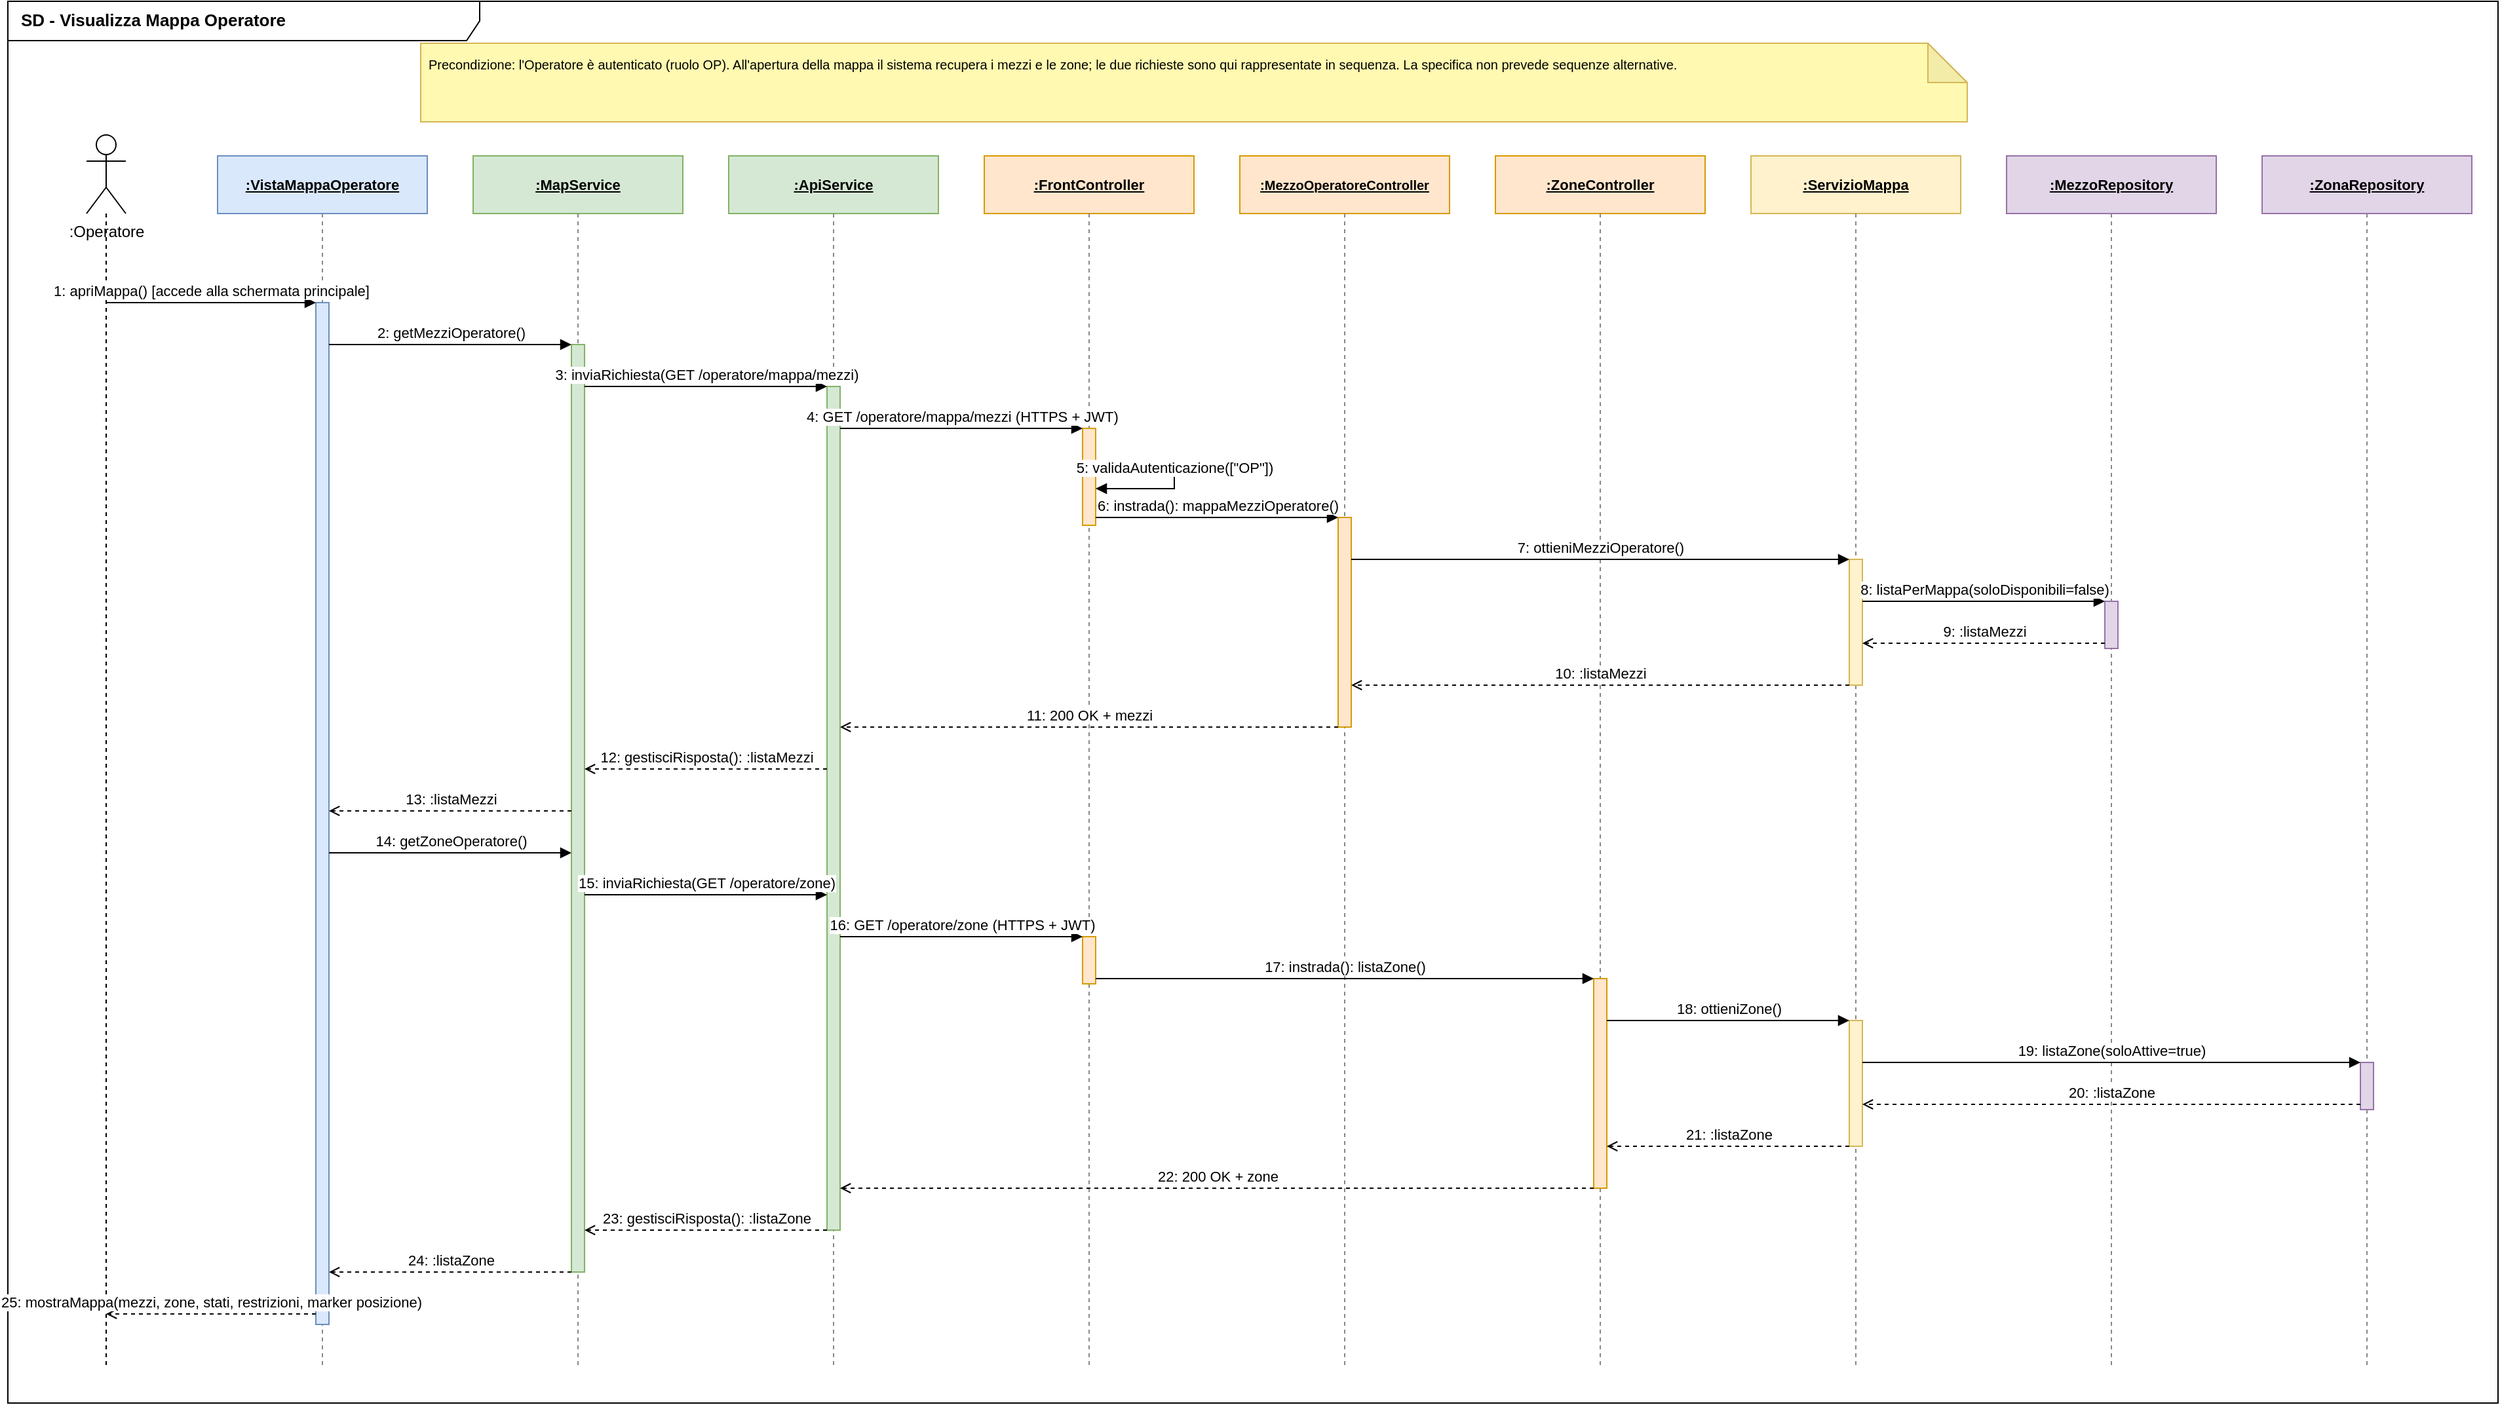
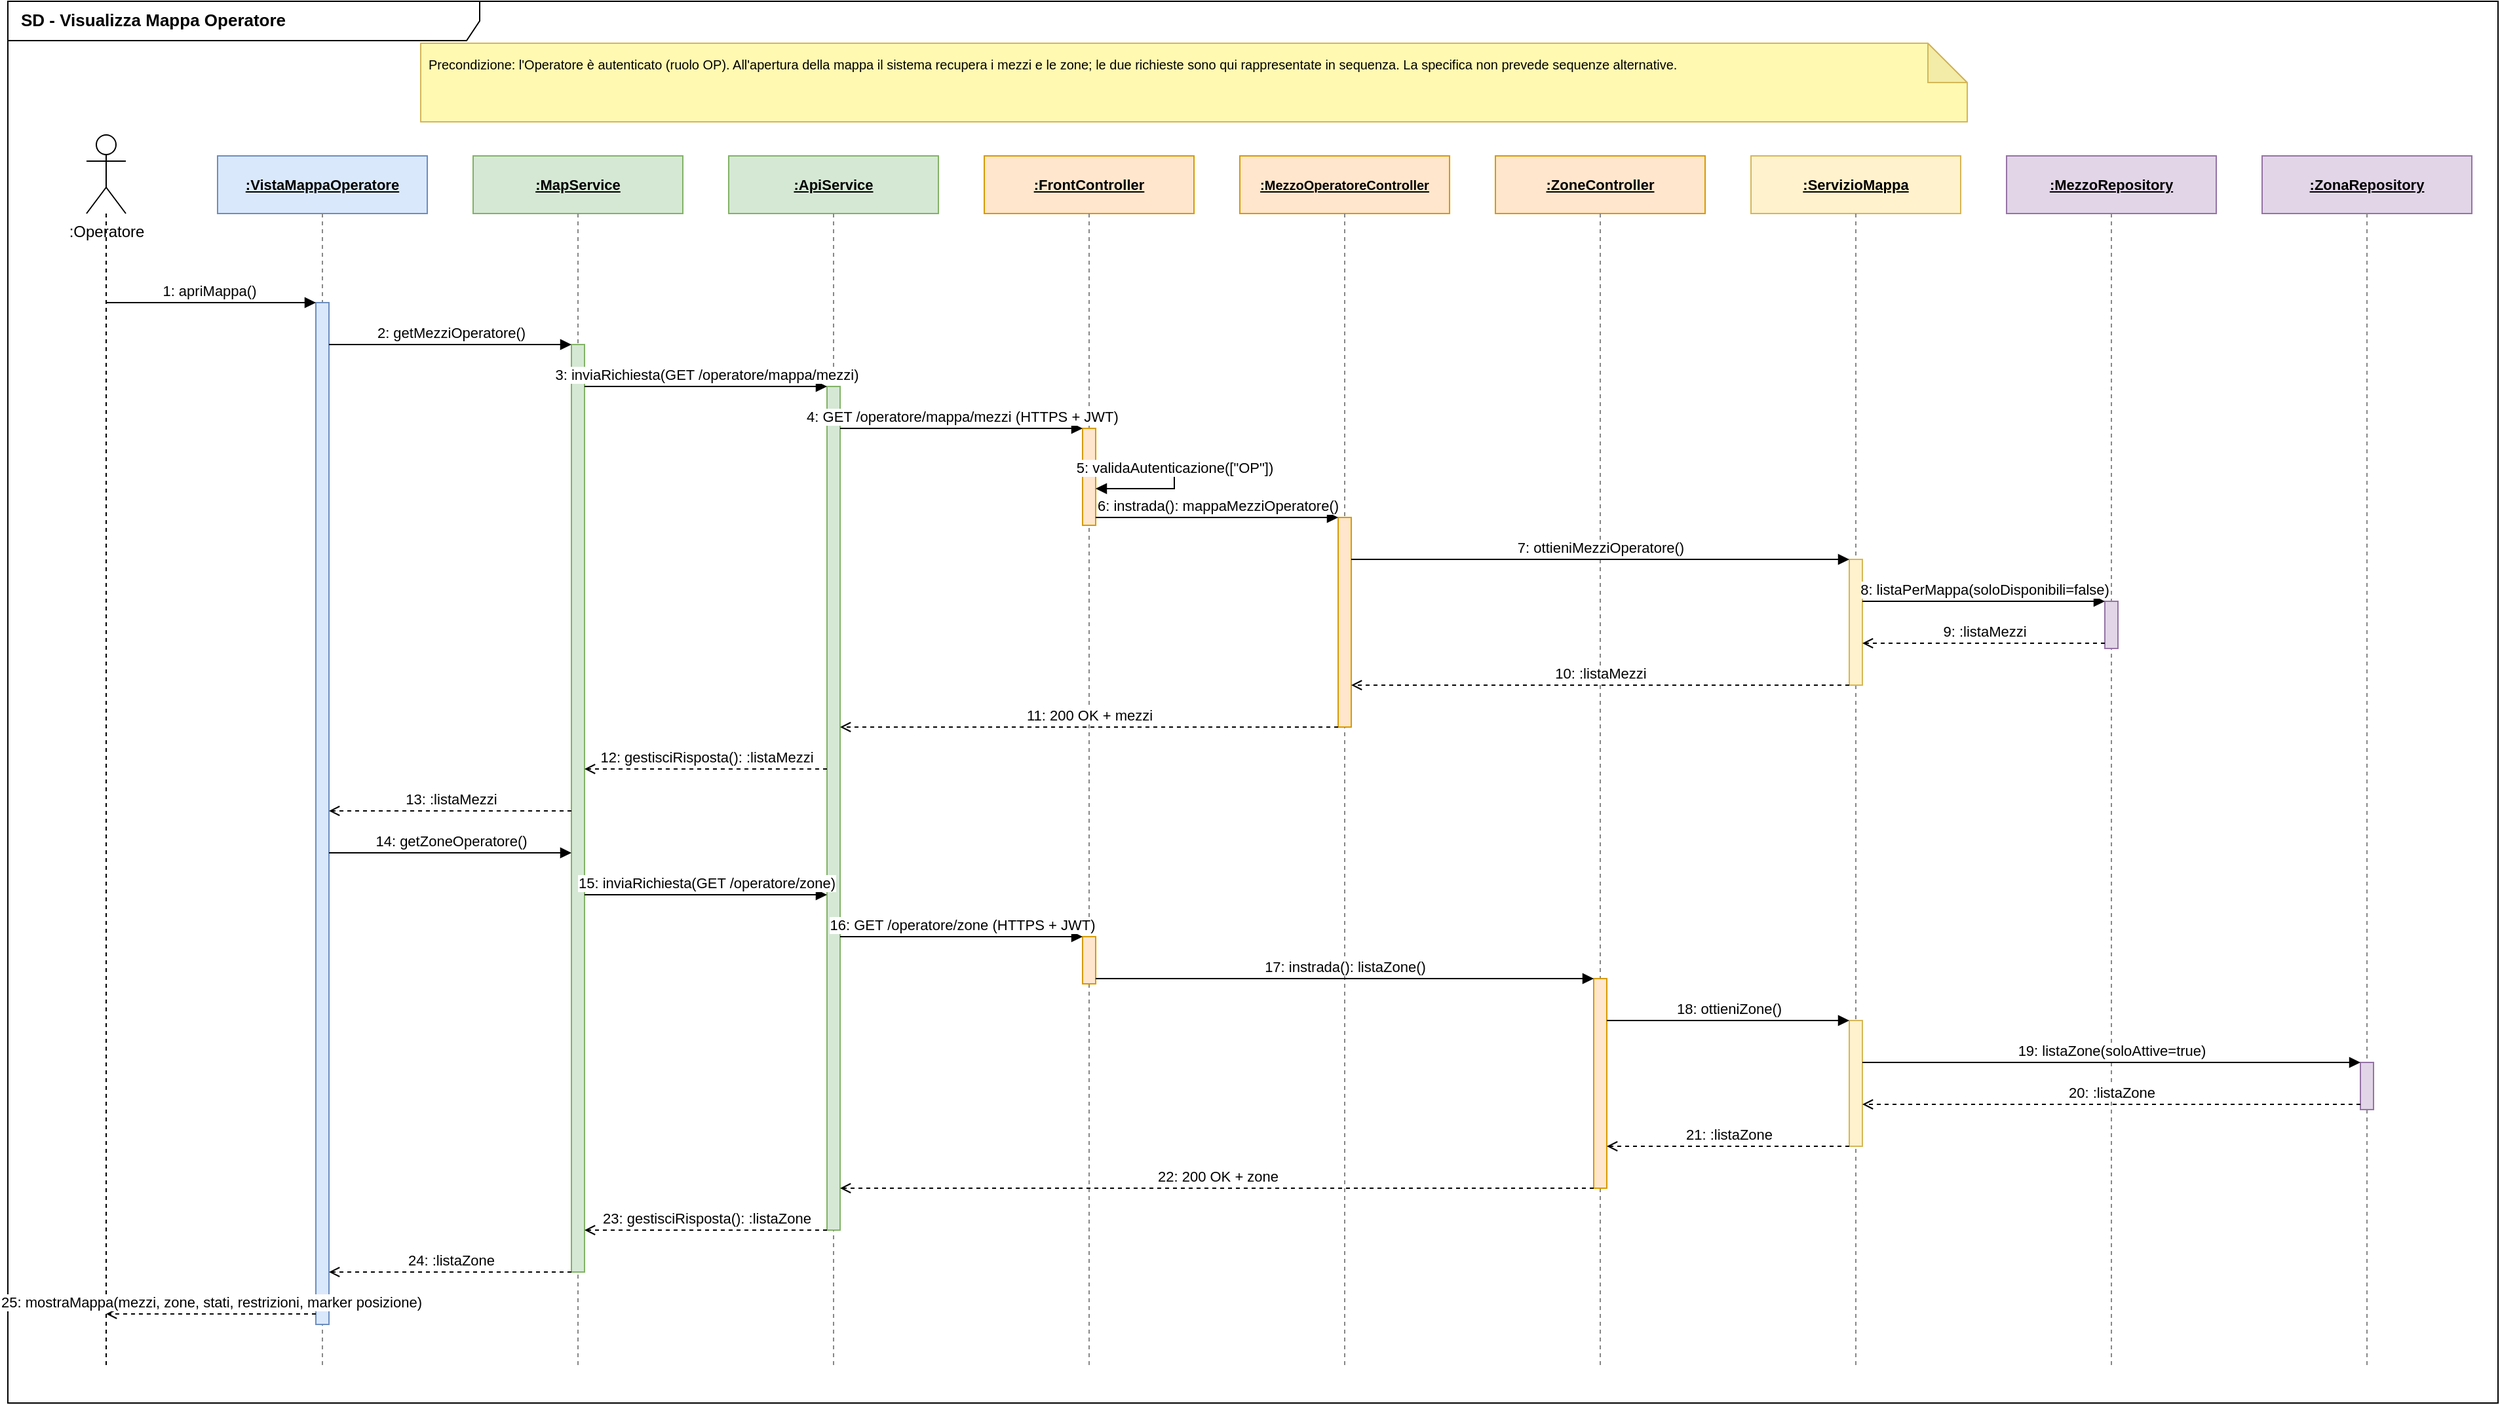
<mxfile host="65bd71144e">
    <diagram name="SD - Visualizza Mappa Operatore" id="visualizza-mappa-operatore-op01">
-         <mxGraphModel dx="1422" dy="800" grid="1" gridSize="10" guides="1" tooltips="1" connect="1" arrows="1" fold="1" page="1" pageScale="1" pageWidth="1654" pageHeight="1169" background="#FFFFFF" math="0" shadow="0">
+         <mxGraphModel dx="514" dy="642" grid="1" gridSize="10" guides="1" tooltips="1" connect="1" arrows="1" fold="1" page="1" pageScale="1" pageWidth="1654" pageHeight="1169" background="#FFFFFF" math="0" shadow="0">
            <root>
                <mxCell id="0"/>
                <mxCell id="1" parent="0"/>
-                 <mxCell id="frame" value="SD - Visualizza Mappa Operatore" style="shape=umlFrame;whiteSpace=wrap;html=1;fontSize=13;fontStyle=1;align=left;spacingLeft=8;verticalAlign=top;width=360;height=30;" vertex="1" parent="1">
+                 <mxCell id="frame" value="SD - Visualizza Mappa Operatore" style="shape=umlFrame;whiteSpace=wrap;html=1;fontSize=13;fontStyle=1;align=left;spacingLeft=8;verticalAlign=top;width=360;height=30;" parent="1" vertex="1">
                    <mxGeometry x="45" y="80" width="1900" height="1070" as="geometry"/>
                </mxCell>
-                 <mxCell id="note" value="Precondizione: l'Operatore è autenticato (ruolo OP). All'apertura della mappa il sistema recupera i mezzi e le zone; le due richieste sono qui rappresentate in sequenza. La specifica non prevede sequenze alternative." style="shape=note;whiteSpace=wrap;html=1;backgroundOutline=1;darkOpacity=0.05;fillColor=#FFF9B1;strokeColor=#d6b656;fontSize=10;align=left;verticalAlign=top;spacing=6;" vertex="1" parent="1">
+                 <mxCell id="note" value="Precondizione: l'Operatore è autenticato (ruolo OP). All'apertura della mappa il sistema recupera i mezzi e le zone; le due richieste sono qui rappresentate in sequenza. La specifica non prevede sequenze alternative." style="shape=note;whiteSpace=wrap;html=1;backgroundOutline=1;darkOpacity=0.05;fillColor=#FFF9B1;strokeColor=#d6b656;fontSize=10;align=left;verticalAlign=top;spacing=6;" parent="1" vertex="1">
                    <mxGeometry x="360" y="112" width="1180" height="60" as="geometry"/>
                </mxCell>
-                 <!-- ================= LIFELINES ================= -->
-                 <mxCell id="ll-actor-h" value=":Operatore" style="shape=umlActor;verticalLabelPosition=bottom;verticalAlign=top;html=1;outlineConnect=0;" vertex="1" parent="1">
+                 <mxCell id="ll-actor-h" value=":Operatore" style="shape=umlActor;verticalLabelPosition=bottom;verticalAlign=top;html=1;outlineConnect=0;" parent="1" vertex="1">
                    <mxGeometry x="105" y="182" width="30" height="60" as="geometry"/>
                </mxCell>
-                 <mxCell id="ll-actor" value="" style="endArrow=none;dashed=1;html=1;strokeColor=#000000;" edge="1" parent="1">
+                 <mxCell id="ll-actor" value="" style="endArrow=none;dashed=1;html=1;strokeColor=#000000;" parent="1" edge="1">
                    <mxGeometry relative="1" as="geometry">
                        <mxPoint x="120" y="242" as="sourcePoint"/>
                        <mxPoint x="120" y="1124" as="targetPoint"/>
                    </mxGeometry>
                </mxCell>
-                 <mxCell id="ll-view-h" value="&lt;b&gt;&lt;u&gt;:VistaMappaOperatore&lt;/u&gt;&lt;/b&gt;" style="rounded=0;whiteSpace=wrap;html=1;fillColor=#dae8fc;strokeColor=#6c8ebf;fontSize=11;" vertex="1" parent="1">
+                 <mxCell id="ll-view-h" value="&lt;b&gt;&lt;u&gt;:VistaMappaOperatore&lt;/u&gt;&lt;/b&gt;" style="rounded=0;whiteSpace=wrap;html=1;fillColor=#dae8fc;strokeColor=#6c8ebf;fontSize=11;" parent="1" vertex="1">
                    <mxGeometry x="205" y="198" width="160" height="44" as="geometry"/>
                </mxCell>
-                 <mxCell id="ll-view" value="" style="endArrow=none;dashed=1;html=1;strokeColor=#888888;" edge="1" parent="1">
+                 <mxCell id="ll-view" value="" style="endArrow=none;dashed=1;html=1;strokeColor=#888888;" parent="1" edge="1">
                    <mxGeometry relative="1" as="geometry">
                        <mxPoint x="285" y="242" as="sourcePoint"/>
                        <mxPoint x="285" y="1124" as="targetPoint"/>
                    </mxGeometry>
                </mxCell>
-                 <mxCell id="ll-ms-h" value="&lt;b&gt;&lt;u&gt;:MapService&lt;/u&gt;&lt;/b&gt;" style="rounded=0;whiteSpace=wrap;html=1;fillColor=#d5e8d4;strokeColor=#82b366;fontSize=11;" vertex="1" parent="1">
+                 <mxCell id="ll-ms-h" value="&lt;b&gt;&lt;u&gt;:MapService&lt;/u&gt;&lt;/b&gt;" style="rounded=0;whiteSpace=wrap;html=1;fillColor=#d5e8d4;strokeColor=#82b366;fontSize=11;" parent="1" vertex="1">
                    <mxGeometry x="400" y="198" width="160" height="44" as="geometry"/>
                </mxCell>
-                 <mxCell id="ll-ms" value="" style="endArrow=none;dashed=1;html=1;strokeColor=#888888;" edge="1" parent="1">
+                 <mxCell id="ll-ms" value="" style="endArrow=none;dashed=1;html=1;strokeColor=#888888;" parent="1" edge="1">
                    <mxGeometry relative="1" as="geometry">
                        <mxPoint x="480" y="242" as="sourcePoint"/>
                        <mxPoint x="480" y="1124" as="targetPoint"/>
                    </mxGeometry>
                </mxCell>
-                 <mxCell id="ll-api-h" value="&lt;b&gt;&lt;u&gt;:ApiService&lt;/u&gt;&lt;/b&gt;" style="rounded=0;whiteSpace=wrap;html=1;fillColor=#d5e8d4;strokeColor=#82b366;fontSize=11;" vertex="1" parent="1">
+                 <mxCell id="ll-api-h" value="&lt;b&gt;&lt;u&gt;:ApiService&lt;/u&gt;&lt;/b&gt;" style="rounded=0;whiteSpace=wrap;html=1;fillColor=#d5e8d4;strokeColor=#82b366;fontSize=11;" parent="1" vertex="1">
                    <mxGeometry x="595" y="198" width="160" height="44" as="geometry"/>
                </mxCell>
-                 <mxCell id="ll-api" value="" style="endArrow=none;dashed=1;html=1;strokeColor=#888888;" edge="1" parent="1">
+                 <mxCell id="ll-api" value="" style="endArrow=none;dashed=1;html=1;strokeColor=#888888;" parent="1" edge="1">
                    <mxGeometry relative="1" as="geometry">
                        <mxPoint x="675" y="242" as="sourcePoint"/>
                        <mxPoint x="675" y="1124" as="targetPoint"/>
                    </mxGeometry>
                </mxCell>
-                 <mxCell id="ll-fc-h" value="&lt;b&gt;&lt;u&gt;:FrontController&lt;/u&gt;&lt;/b&gt;" style="rounded=0;whiteSpace=wrap;html=1;fillColor=#ffe6cc;strokeColor=#d79b00;fontSize=11;" vertex="1" parent="1">
+                 <mxCell id="ll-fc-h" value="&lt;b&gt;&lt;u&gt;:FrontController&lt;/u&gt;&lt;/b&gt;" style="rounded=0;whiteSpace=wrap;html=1;fillColor=#ffe6cc;strokeColor=#d79b00;fontSize=11;" parent="1" vertex="1">
                    <mxGeometry x="790" y="198" width="160" height="44" as="geometry"/>
                </mxCell>
-                 <mxCell id="ll-fc" value="" style="endArrow=none;dashed=1;html=1;strokeColor=#888888;" edge="1" parent="1">
+                 <mxCell id="ll-fc" value="" style="endArrow=none;dashed=1;html=1;strokeColor=#888888;" parent="1" edge="1">
                    <mxGeometry relative="1" as="geometry">
                        <mxPoint x="870" y="242" as="sourcePoint"/>
                        <mxPoint x="870" y="1124" as="targetPoint"/>
                    </mxGeometry>
                </mxCell>
-                 <mxCell id="ll-moc-h" value="&lt;b&gt;&lt;u&gt;:MezzoOperatoreController&lt;/u&gt;&lt;/b&gt;" style="rounded=0;whiteSpace=wrap;html=1;fillColor=#ffe6cc;strokeColor=#d79b00;fontSize=10;" vertex="1" parent="1">
+                 <mxCell id="ll-moc-h" value="&lt;b&gt;&lt;u&gt;:MezzoOperatoreController&lt;/u&gt;&lt;/b&gt;" style="rounded=0;whiteSpace=wrap;html=1;fillColor=#ffe6cc;strokeColor=#d79b00;fontSize=10;" parent="1" vertex="1">
                    <mxGeometry x="985" y="198" width="160" height="44" as="geometry"/>
                </mxCell>
-                 <mxCell id="ll-moc" value="" style="endArrow=none;dashed=1;html=1;strokeColor=#888888;" edge="1" parent="1">
+                 <mxCell id="ll-moc" value="" style="endArrow=none;dashed=1;html=1;strokeColor=#888888;" parent="1" edge="1">
                    <mxGeometry relative="1" as="geometry">
                        <mxPoint x="1065" y="242" as="sourcePoint"/>
                        <mxPoint x="1065" y="1124" as="targetPoint"/>
                    </mxGeometry>
                </mxCell>
-                 <mxCell id="ll-zc-h" value="&lt;b&gt;&lt;u&gt;:ZoneController&lt;/u&gt;&lt;/b&gt;" style="rounded=0;whiteSpace=wrap;html=1;fillColor=#ffe6cc;strokeColor=#d79b00;fontSize=11;" vertex="1" parent="1">
+                 <mxCell id="ll-zc-h" value="&lt;b&gt;&lt;u&gt;:ZoneController&lt;/u&gt;&lt;/b&gt;" style="rounded=0;whiteSpace=wrap;html=1;fillColor=#ffe6cc;strokeColor=#d79b00;fontSize=11;" parent="1" vertex="1">
                    <mxGeometry x="1180" y="198" width="160" height="44" as="geometry"/>
                </mxCell>
-                 <mxCell id="ll-zc" value="" style="endArrow=none;dashed=1;html=1;strokeColor=#888888;" edge="1" parent="1">
+                 <mxCell id="ll-zc" value="" style="endArrow=none;dashed=1;html=1;strokeColor=#888888;" parent="1" edge="1">
                    <mxGeometry relative="1" as="geometry">
                        <mxPoint x="1260" y="242" as="sourcePoint"/>
                        <mxPoint x="1260" y="1124" as="targetPoint"/>
                    </mxGeometry>
                </mxCell>
-                 <mxCell id="ll-gis-h" value="&lt;b&gt;&lt;u&gt;:ServizioMappa&lt;/u&gt;&lt;/b&gt;" style="rounded=0;whiteSpace=wrap;html=1;fillColor=#fff2cc;strokeColor=#d6b656;fontSize=11;" vertex="1" parent="1">
+                 <mxCell id="ll-gis-h" value="&lt;b&gt;&lt;u&gt;:ServizioMappa&lt;/u&gt;&lt;/b&gt;" style="rounded=0;whiteSpace=wrap;html=1;fillColor=#fff2cc;strokeColor=#d6b656;fontSize=11;" parent="1" vertex="1">
                    <mxGeometry x="1375" y="198" width="160" height="44" as="geometry"/>
                </mxCell>
-                 <mxCell id="ll-gis" value="" style="endArrow=none;dashed=1;html=1;strokeColor=#888888;" edge="1" parent="1">
+                 <mxCell id="ll-gis" value="" style="endArrow=none;dashed=1;html=1;strokeColor=#888888;" parent="1" edge="1">
                    <mxGeometry relative="1" as="geometry">
                        <mxPoint x="1455" y="242" as="sourcePoint"/>
                        <mxPoint x="1455" y="1124" as="targetPoint"/>
                    </mxGeometry>
                </mxCell>
-                 <mxCell id="ll-mr-h" value="&lt;b&gt;&lt;u&gt;:MezzoRepository&lt;/u&gt;&lt;/b&gt;" style="rounded=0;whiteSpace=wrap;html=1;fillColor=#e1d5e7;strokeColor=#9673a6;fontSize=11;" vertex="1" parent="1">
+                 <mxCell id="ll-mr-h" value="&lt;b&gt;&lt;u&gt;:MezzoRepository&lt;/u&gt;&lt;/b&gt;" style="rounded=0;whiteSpace=wrap;html=1;fillColor=#e1d5e7;strokeColor=#9673a6;fontSize=11;" parent="1" vertex="1">
                    <mxGeometry x="1570" y="198" width="160" height="44" as="geometry"/>
                </mxCell>
-                 <mxCell id="ll-mr" value="" style="endArrow=none;dashed=1;html=1;strokeColor=#888888;" edge="1" parent="1">
+                 <mxCell id="ll-mr" value="" style="endArrow=none;dashed=1;html=1;strokeColor=#888888;" parent="1" edge="1">
                    <mxGeometry relative="1" as="geometry">
                        <mxPoint x="1650" y="242" as="sourcePoint"/>
                        <mxPoint x="1650" y="1124" as="targetPoint"/>
                    </mxGeometry>
                </mxCell>
-                 <mxCell id="ll-zr-h" value="&lt;b&gt;&lt;u&gt;:ZonaRepository&lt;/u&gt;&lt;/b&gt;" style="rounded=0;whiteSpace=wrap;html=1;fillColor=#e1d5e7;strokeColor=#9673a6;fontSize=11;" vertex="1" parent="1">
+                 <mxCell id="ll-zr-h" value="&lt;b&gt;&lt;u&gt;:ZonaRepository&lt;/u&gt;&lt;/b&gt;" style="rounded=0;whiteSpace=wrap;html=1;fillColor=#e1d5e7;strokeColor=#9673a6;fontSize=11;" parent="1" vertex="1">
                    <mxGeometry x="1765" y="198" width="160" height="44" as="geometry"/>
                </mxCell>
-                 <mxCell id="ll-zr" value="" style="endArrow=none;dashed=1;html=1;strokeColor=#888888;" edge="1" parent="1">
+                 <mxCell id="ll-zr" value="" style="endArrow=none;dashed=1;html=1;strokeColor=#888888;" parent="1" edge="1">
                    <mxGeometry relative="1" as="geometry">
                        <mxPoint x="1845" y="242" as="sourcePoint"/>
                        <mxPoint x="1845" y="1124" as="targetPoint"/>
                    </mxGeometry>
                </mxCell>
-                 <!-- ================= ACTIVATION BARS ================= -->
-                 <mxCell id="act-view" value="" style="html=1;points=[];perimeter=mxPerimeter.rectanglePerimeter;fillColor=#dae8fc;strokeColor=#6c8ebf;" vertex="1" parent="1">
+                 <mxCell id="act-view" value="" style="html=1;points=[];perimeter=mxPerimeter.rectanglePerimeter;fillColor=#dae8fc;strokeColor=#6c8ebf;" parent="1" vertex="1">
                    <mxGeometry x="280" y="310" width="10" height="780" as="geometry"/>
                </mxCell>
-                 <mxCell id="act-ms" value="" style="html=1;points=[];perimeter=mxPerimeter.rectanglePerimeter;fillColor=#d5e8d4;strokeColor=#82b366;" vertex="1" parent="1">
+                 <mxCell id="act-ms" value="" style="html=1;points=[];perimeter=mxPerimeter.rectanglePerimeter;fillColor=#d5e8d4;strokeColor=#82b366;" parent="1" vertex="1">
                    <mxGeometry x="475" y="342" width="10" height="708" as="geometry"/>
                </mxCell>
-                 <mxCell id="act-api" value="" style="html=1;points=[];perimeter=mxPerimeter.rectanglePerimeter;fillColor=#d5e8d4;strokeColor=#82b366;" vertex="1" parent="1">
+                 <mxCell id="act-api" value="" style="html=1;points=[];perimeter=mxPerimeter.rectanglePerimeter;fillColor=#d5e8d4;strokeColor=#82b366;" parent="1" vertex="1">
                    <mxGeometry x="670" y="374" width="10" height="644" as="geometry"/>
                </mxCell>
-                 <mxCell id="act-fc1" value="" style="html=1;points=[];perimeter=mxPerimeter.rectanglePerimeter;fillColor=#ffe6cc;strokeColor=#d79b00;" vertex="1" parent="1">
+                 <mxCell id="act-fc1" value="" style="html=1;points=[];perimeter=mxPerimeter.rectanglePerimeter;fillColor=#ffe6cc;strokeColor=#d79b00;" parent="1" vertex="1">
                    <mxGeometry x="865" y="406" width="10" height="74" as="geometry"/>
                </mxCell>
-                 <mxCell id="act-fc2" value="" style="html=1;points=[];perimeter=mxPerimeter.rectanglePerimeter;fillColor=#ffe6cc;strokeColor=#d79b00;" vertex="1" parent="1">
+                 <mxCell id="act-fc2" value="" style="html=1;points=[];perimeter=mxPerimeter.rectanglePerimeter;fillColor=#ffe6cc;strokeColor=#d79b00;" parent="1" vertex="1">
                    <mxGeometry x="865" y="794" width="10" height="36" as="geometry"/>
                </mxCell>
-                 <mxCell id="act-moc" value="" style="html=1;points=[];perimeter=mxPerimeter.rectanglePerimeter;fillColor=#ffe6cc;strokeColor=#d79b00;" vertex="1" parent="1">
+                 <mxCell id="act-moc" value="" style="html=1;points=[];perimeter=mxPerimeter.rectanglePerimeter;fillColor=#ffe6cc;strokeColor=#d79b00;" parent="1" vertex="1">
                    <mxGeometry x="1060" y="474" width="10" height="160" as="geometry"/>
                </mxCell>
-                 <mxCell id="act-zc" value="" style="html=1;points=[];perimeter=mxPerimeter.rectanglePerimeter;fillColor=#ffe6cc;strokeColor=#d79b00;" vertex="1" parent="1">
+                 <mxCell id="act-zc" value="" style="html=1;points=[];perimeter=mxPerimeter.rectanglePerimeter;fillColor=#ffe6cc;strokeColor=#d79b00;" parent="1" vertex="1">
                    <mxGeometry x="1255" y="826" width="10" height="160" as="geometry"/>
                </mxCell>
-                 <mxCell id="act-gis1" value="" style="html=1;points=[];perimeter=mxPerimeter.rectanglePerimeter;fillColor=#fff2cc;strokeColor=#d6b656;" vertex="1" parent="1">
+                 <mxCell id="act-gis1" value="" style="html=1;points=[];perimeter=mxPerimeter.rectanglePerimeter;fillColor=#fff2cc;strokeColor=#d6b656;" parent="1" vertex="1">
                    <mxGeometry x="1450" y="506" width="10" height="96" as="geometry"/>
                </mxCell>
-                 <mxCell id="act-gis2" value="" style="html=1;points=[];perimeter=mxPerimeter.rectanglePerimeter;fillColor=#fff2cc;strokeColor=#d6b656;" vertex="1" parent="1">
+                 <mxCell id="act-gis2" value="" style="html=1;points=[];perimeter=mxPerimeter.rectanglePerimeter;fillColor=#fff2cc;strokeColor=#d6b656;" parent="1" vertex="1">
                    <mxGeometry x="1450" y="858" width="10" height="96" as="geometry"/>
                </mxCell>
-                 <mxCell id="act-mr" value="" style="html=1;points=[];perimeter=mxPerimeter.rectanglePerimeter;fillColor=#e1d5e7;strokeColor=#9673a6;" vertex="1" parent="1">
+                 <mxCell id="act-mr" value="" style="html=1;points=[];perimeter=mxPerimeter.rectanglePerimeter;fillColor=#e1d5e7;strokeColor=#9673a6;" parent="1" vertex="1">
                    <mxGeometry x="1645" y="538" width="10" height="36" as="geometry"/>
                </mxCell>
-                 <mxCell id="act-zr" value="" style="html=1;points=[];perimeter=mxPerimeter.rectanglePerimeter;fillColor=#e1d5e7;strokeColor=#9673a6;" vertex="1" parent="1">
+                 <mxCell id="act-zr" value="" style="html=1;points=[];perimeter=mxPerimeter.rectanglePerimeter;fillColor=#e1d5e7;strokeColor=#9673a6;" parent="1" vertex="1">
                    <mxGeometry x="1840" y="890" width="10" height="36" as="geometry"/>
                </mxCell>
-                 <!-- ================= MESSAGES: richiesta mezzi ================= -->
-                 <mxCell id="m1" value="1: apriMappa() [accede alla schermata principale]" style="html=1;verticalAlign=bottom;endArrow=block;endFill=1;fontSize=11;" edge="1" parent="1">
+                 <mxCell id="m1" value="1: apriMappa()&amp;nbsp;" style="html=1;verticalAlign=bottom;endArrow=block;endFill=1;fontSize=11;" parent="1" edge="1">
                    <mxGeometry relative="1" as="geometry">
                        <mxPoint x="120" y="310" as="sourcePoint"/>
                        <mxPoint x="280" y="310" as="targetPoint"/>
                    </mxGeometry>
                </mxCell>
-                 <mxCell id="m2" value="2: getMezziOperatore()" style="html=1;verticalAlign=bottom;endArrow=block;endFill=1;fontSize=11;" edge="1" parent="1">
+                 <mxCell id="m2" value="2: getMezziOperatore()" style="html=1;verticalAlign=bottom;endArrow=block;endFill=1;fontSize=11;" parent="1" edge="1">
                    <mxGeometry relative="1" as="geometry">
                        <mxPoint x="290" y="342" as="sourcePoint"/>
                        <mxPoint x="475" y="342" as="targetPoint"/>
                    </mxGeometry>
                </mxCell>
-                 <mxCell id="m3" value="3: inviaRichiesta(GET /operatore/mappa/mezzi)" style="html=1;verticalAlign=bottom;endArrow=block;endFill=1;fontSize=11;" edge="1" parent="1">
+                 <mxCell id="m3" value="3: inviaRichiesta(GET /operatore/mappa/mezzi)" style="html=1;verticalAlign=bottom;endArrow=block;endFill=1;fontSize=11;" parent="1" edge="1">
                    <mxGeometry relative="1" as="geometry">
                        <mxPoint x="485" y="374" as="sourcePoint"/>
                        <mxPoint x="670" y="374" as="targetPoint"/>
                    </mxGeometry>
                </mxCell>
-                 <mxCell id="m4" value="4: GET /operatore/mappa/mezzi  (HTTPS + JWT)" style="html=1;verticalAlign=bottom;endArrow=block;endFill=1;fontSize=11;" edge="1" parent="1">
+                 <mxCell id="m4" value="4: GET /operatore/mappa/mezzi  (HTTPS + JWT)" style="html=1;verticalAlign=bottom;endArrow=block;endFill=1;fontSize=11;" parent="1" edge="1">
                    <mxGeometry relative="1" as="geometry">
                        <mxPoint x="680" y="406" as="sourcePoint"/>
                        <mxPoint x="865" y="406" as="targetPoint"/>
                    </mxGeometry>
                </mxCell>
-                 <mxCell id="m5" value="5: validaAutenticazione([&quot;OP&quot;])" style="html=1;verticalAlign=bottom;endArrow=block;endFill=1;fontSize=11;rounded=0;" edge="1" parent="1">
+                 <mxCell id="m5" value="5: validaAutenticazione([&quot;OP&quot;])" style="html=1;verticalAlign=bottom;endArrow=block;endFill=1;fontSize=11;rounded=0;" parent="1" edge="1">
                    <mxGeometry relative="1" as="geometry">
                        <Array as="points">
                            <mxPoint x="935" y="438"/>
                            <mxPoint x="935" y="452"/>
                        </Array>
                        <mxPoint x="875" y="438" as="sourcePoint"/>
                        <mxPoint x="875" y="452" as="targetPoint"/>
                    </mxGeometry>
                </mxCell>
-                 <mxCell id="m6" value="6: instrada(): mappaMezziOperatore()" style="html=1;verticalAlign=bottom;endArrow=block;endFill=1;fontSize=11;" edge="1" parent="1">
+                 <mxCell id="m6" value="6: instrada(): mappaMezziOperatore()" style="html=1;verticalAlign=bottom;endArrow=block;endFill=1;fontSize=11;" parent="1" edge="1">
                    <mxGeometry relative="1" as="geometry">
                        <mxPoint x="875" y="474" as="sourcePoint"/>
                        <mxPoint x="1060" y="474" as="targetPoint"/>
                    </mxGeometry>
                </mxCell>
-                 <mxCell id="m7" value="7: ottieniMezziOperatore()" style="html=1;verticalAlign=bottom;endArrow=block;endFill=1;fontSize=11;" edge="1" parent="1">
+                 <mxCell id="m7" value="7: ottieniMezziOperatore()" style="html=1;verticalAlign=bottom;endArrow=block;endFill=1;fontSize=11;" parent="1" edge="1">
                    <mxGeometry relative="1" as="geometry">
                        <mxPoint x="1070" y="506" as="sourcePoint"/>
                        <mxPoint x="1450" y="506" as="targetPoint"/>
                    </mxGeometry>
                </mxCell>
-                 <mxCell id="m8" value="8: listaPerMappa(soloDisponibili=false)" style="html=1;verticalAlign=bottom;endArrow=block;endFill=1;fontSize=11;" edge="1" parent="1">
+                 <mxCell id="m8" value="8: listaPerMappa(soloDisponibili=false)" style="html=1;verticalAlign=bottom;endArrow=block;endFill=1;fontSize=11;" parent="1" edge="1">
                    <mxGeometry relative="1" as="geometry">
                        <mxPoint x="1460" y="538" as="sourcePoint"/>
                        <mxPoint x="1645" y="538" as="targetPoint"/>
                    </mxGeometry>
                </mxCell>
-                 <mxCell id="m9" value="9: :listaMezzi" style="html=1;verticalAlign=bottom;dashed=1;endArrow=open;endFill=0;fontSize=11;" edge="1" parent="1">
+                 <mxCell id="m9" value="9: :listaMezzi" style="html=1;verticalAlign=bottom;dashed=1;endArrow=open;endFill=0;fontSize=11;" parent="1" edge="1">
                    <mxGeometry relative="1" as="geometry">
                        <mxPoint x="1645" y="570" as="sourcePoint"/>
                        <mxPoint x="1460" y="570" as="targetPoint"/>
                    </mxGeometry>
                </mxCell>
-                 <mxCell id="m10" value="10: :listaMezzi" style="html=1;verticalAlign=bottom;dashed=1;endArrow=open;endFill=0;fontSize=11;" edge="1" parent="1">
+                 <mxCell id="m10" value="10: :listaMezzi" style="html=1;verticalAlign=bottom;dashed=1;endArrow=open;endFill=0;fontSize=11;" parent="1" edge="1">
                    <mxGeometry relative="1" as="geometry">
                        <mxPoint x="1450" y="602" as="sourcePoint"/>
                        <mxPoint x="1070" y="602" as="targetPoint"/>
                    </mxGeometry>
                </mxCell>
-                 <mxCell id="m11" value="11: 200 OK + mezzi" style="html=1;verticalAlign=bottom;dashed=1;endArrow=open;endFill=0;fontSize=11;" edge="1" parent="1">
+                 <mxCell id="m11" value="11: 200 OK + mezzi" style="html=1;verticalAlign=bottom;dashed=1;endArrow=open;endFill=0;fontSize=11;" parent="1" edge="1">
                    <mxGeometry relative="1" as="geometry">
                        <mxPoint x="1060" y="634" as="sourcePoint"/>
                        <mxPoint x="680" y="634" as="targetPoint"/>
                    </mxGeometry>
                </mxCell>
-                 <mxCell id="m12" value="12: gestisciRisposta(): :listaMezzi" style="html=1;verticalAlign=bottom;dashed=1;endArrow=open;endFill=0;fontSize=11;" edge="1" parent="1">
+                 <mxCell id="m12" value="12: gestisciRisposta(): :listaMezzi" style="html=1;verticalAlign=bottom;dashed=1;endArrow=open;endFill=0;fontSize=11;" parent="1" edge="1">
                    <mxGeometry relative="1" as="geometry">
                        <mxPoint x="670" y="666" as="sourcePoint"/>
                        <mxPoint x="485" y="666" as="targetPoint"/>
                    </mxGeometry>
                </mxCell>
-                 <mxCell id="m13" value="13: :listaMezzi" style="html=1;verticalAlign=bottom;dashed=1;endArrow=open;endFill=0;fontSize=11;" edge="1" parent="1">
+                 <mxCell id="m13" value="13: :listaMezzi" style="html=1;verticalAlign=bottom;dashed=1;endArrow=open;endFill=0;fontSize=11;" parent="1" edge="1">
                    <mxGeometry relative="1" as="geometry">
                        <mxPoint x="475" y="698" as="sourcePoint"/>
                        <mxPoint x="290" y="698" as="targetPoint"/>
                    </mxGeometry>
                </mxCell>
-                 <!-- ================= MESSAGES: richiesta zone ================= -->
-                 <mxCell id="m14" value="14: getZoneOperatore()" style="html=1;verticalAlign=bottom;endArrow=block;endFill=1;fontSize=11;" edge="1" parent="1">
+                 <mxCell id="m14" value="14: getZoneOperatore()" style="html=1;verticalAlign=bottom;endArrow=block;endFill=1;fontSize=11;" parent="1" edge="1">
                    <mxGeometry relative="1" as="geometry">
                        <mxPoint x="290" y="730" as="sourcePoint"/>
                        <mxPoint x="475" y="730" as="targetPoint"/>
                    </mxGeometry>
                </mxCell>
-                 <mxCell id="m15" value="15: inviaRichiesta(GET /operatore/zone)" style="html=1;verticalAlign=bottom;endArrow=block;endFill=1;fontSize=11;" edge="1" parent="1">
+                 <mxCell id="m15" value="15: inviaRichiesta(GET /operatore/zone)" style="html=1;verticalAlign=bottom;endArrow=block;endFill=1;fontSize=11;" parent="1" edge="1">
                    <mxGeometry relative="1" as="geometry">
                        <mxPoint x="485" y="762" as="sourcePoint"/>
                        <mxPoint x="670" y="762" as="targetPoint"/>
                    </mxGeometry>
                </mxCell>
-                 <mxCell id="m16" value="16: GET /operatore/zone  (HTTPS + JWT)" style="html=1;verticalAlign=bottom;endArrow=block;endFill=1;fontSize=11;" edge="1" parent="1">
+                 <mxCell id="m16" value="16: GET /operatore/zone  (HTTPS + JWT)" style="html=1;verticalAlign=bottom;endArrow=block;endFill=1;fontSize=11;" parent="1" edge="1">
                    <mxGeometry relative="1" as="geometry">
                        <mxPoint x="680" y="794" as="sourcePoint"/>
                        <mxPoint x="865" y="794" as="targetPoint"/>
                    </mxGeometry>
                </mxCell>
-                 <mxCell id="m17" value="17: instrada(): listaZone()" style="html=1;verticalAlign=bottom;endArrow=block;endFill=1;fontSize=11;" edge="1" parent="1">
+                 <mxCell id="m17" value="17: instrada(): listaZone()" style="html=1;verticalAlign=bottom;endArrow=block;endFill=1;fontSize=11;" parent="1" edge="1">
                    <mxGeometry relative="1" as="geometry">
                        <mxPoint x="875" y="826" as="sourcePoint"/>
                        <mxPoint x="1255" y="826" as="targetPoint"/>
                    </mxGeometry>
                </mxCell>
-                 <mxCell id="m18" value="18: ottieniZone()" style="html=1;verticalAlign=bottom;endArrow=block;endFill=1;fontSize=11;" edge="1" parent="1">
+                 <mxCell id="m18" value="18: ottieniZone()" style="html=1;verticalAlign=bottom;endArrow=block;endFill=1;fontSize=11;" parent="1" edge="1">
                    <mxGeometry relative="1" as="geometry">
                        <mxPoint x="1265" y="858" as="sourcePoint"/>
                        <mxPoint x="1450" y="858" as="targetPoint"/>
                    </mxGeometry>
                </mxCell>
-                 <mxCell id="m19" value="19: listaZone(soloAttive=true)" style="html=1;verticalAlign=bottom;endArrow=block;endFill=1;fontSize=11;" edge="1" parent="1">
+                 <mxCell id="m19" value="19: listaZone(soloAttive=true)" style="html=1;verticalAlign=bottom;endArrow=block;endFill=1;fontSize=11;" parent="1" edge="1">
                    <mxGeometry relative="1" as="geometry">
                        <mxPoint x="1460" y="890" as="sourcePoint"/>
                        <mxPoint x="1840" y="890" as="targetPoint"/>
                    </mxGeometry>
                </mxCell>
-                 <mxCell id="m20" value="20: :listaZone" style="html=1;verticalAlign=bottom;dashed=1;endArrow=open;endFill=0;fontSize=11;" edge="1" parent="1">
+                 <mxCell id="m20" value="20: :listaZone" style="html=1;verticalAlign=bottom;dashed=1;endArrow=open;endFill=0;fontSize=11;" parent="1" edge="1">
                    <mxGeometry relative="1" as="geometry">
                        <mxPoint x="1840" y="922" as="sourcePoint"/>
                        <mxPoint x="1460" y="922" as="targetPoint"/>
                    </mxGeometry>
                </mxCell>
-                 <mxCell id="m21" value="21: :listaZone" style="html=1;verticalAlign=bottom;dashed=1;endArrow=open;endFill=0;fontSize=11;" edge="1" parent="1">
+                 <mxCell id="m21" value="21: :listaZone" style="html=1;verticalAlign=bottom;dashed=1;endArrow=open;endFill=0;fontSize=11;" parent="1" edge="1">
                    <mxGeometry relative="1" as="geometry">
                        <mxPoint x="1450" y="954" as="sourcePoint"/>
                        <mxPoint x="1265" y="954" as="targetPoint"/>
                    </mxGeometry>
                </mxCell>
-                 <mxCell id="m22" value="22: 200 OK + zone" style="html=1;verticalAlign=bottom;dashed=1;endArrow=open;endFill=0;fontSize=11;" edge="1" parent="1">
+                 <mxCell id="m22" value="22: 200 OK + zone" style="html=1;verticalAlign=bottom;dashed=1;endArrow=open;endFill=0;fontSize=11;" parent="1" edge="1">
                    <mxGeometry relative="1" as="geometry">
                        <mxPoint x="1255" y="986" as="sourcePoint"/>
                        <mxPoint x="680" y="986" as="targetPoint"/>
                    </mxGeometry>
                </mxCell>
-                 <mxCell id="m23" value="23: gestisciRisposta(): :listaZone" style="html=1;verticalAlign=bottom;dashed=1;endArrow=open;endFill=0;fontSize=11;" edge="1" parent="1">
+                 <mxCell id="m23" value="23: gestisciRisposta(): :listaZone" style="html=1;verticalAlign=bottom;dashed=1;endArrow=open;endFill=0;fontSize=11;" parent="1" edge="1">
                    <mxGeometry relative="1" as="geometry">
                        <mxPoint x="670" y="1018" as="sourcePoint"/>
                        <mxPoint x="485" y="1018" as="targetPoint"/>
                    </mxGeometry>
                </mxCell>
-                 <mxCell id="m24" value="24: :listaZone" style="html=1;verticalAlign=bottom;dashed=1;endArrow=open;endFill=0;fontSize=11;" edge="1" parent="1">
+                 <mxCell id="m24" value="24: :listaZone" style="html=1;verticalAlign=bottom;dashed=1;endArrow=open;endFill=0;fontSize=11;" parent="1" edge="1">
                    <mxGeometry relative="1" as="geometry">
                        <mxPoint x="475" y="1050" as="sourcePoint"/>
                        <mxPoint x="290" y="1050" as="targetPoint"/>
                    </mxGeometry>
                </mxCell>
-                 <mxCell id="m25" value="25: mostraMappa(mezzi, zone, stati, restrizioni, marker posizione)" style="html=1;verticalAlign=bottom;dashed=1;endArrow=open;endFill=0;fontSize=11;" edge="1" parent="1">
+                 <mxCell id="m25" value="25: mostraMappa(mezzi, zone, stati, restrizioni, marker posizione)" style="html=1;verticalAlign=bottom;dashed=1;endArrow=open;endFill=0;fontSize=11;" parent="1" edge="1">
                    <mxGeometry relative="1" as="geometry">
                        <mxPoint x="280" y="1082" as="sourcePoint"/>
                        <mxPoint x="120" y="1082" as="targetPoint"/>
                    </mxGeometry>
                </mxCell>
            </root>
        </mxGraphModel>
    </diagram>
- </mxfile>
+ </mxfile>